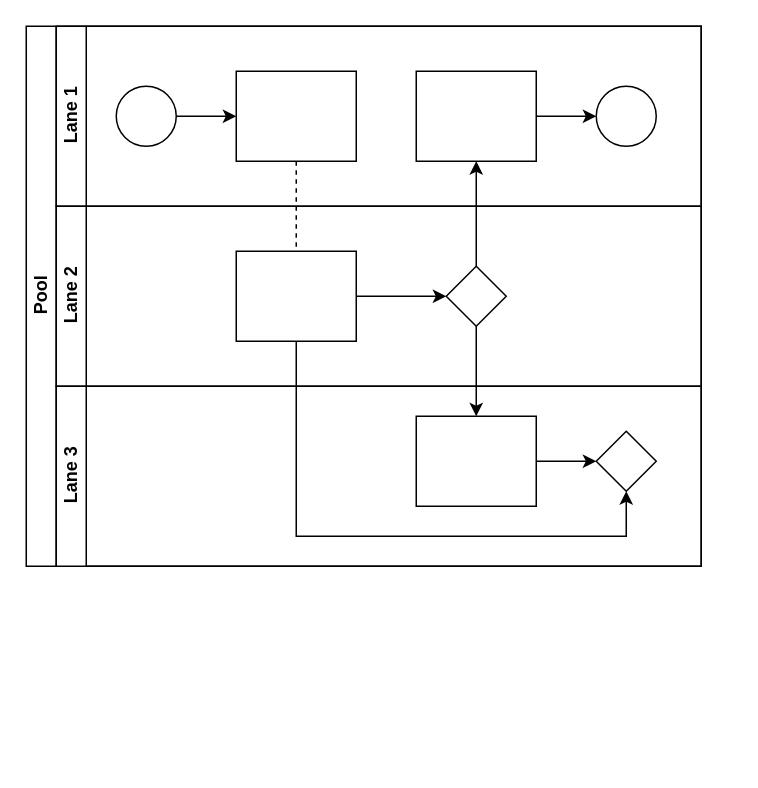
This is 未命名绘图.drawio from jiaruihuang/SimpleWhaleDemo, a draw.io file, before an edit. Source tidied: cells renumbered, new cells numbered last; positions are measured from the earlier drawing's top-left corner, leaving out a move shared by most shapes. Both pictures are drawn from the tidied source at 150%, with x=0, y=0 at pixel (26, 26).
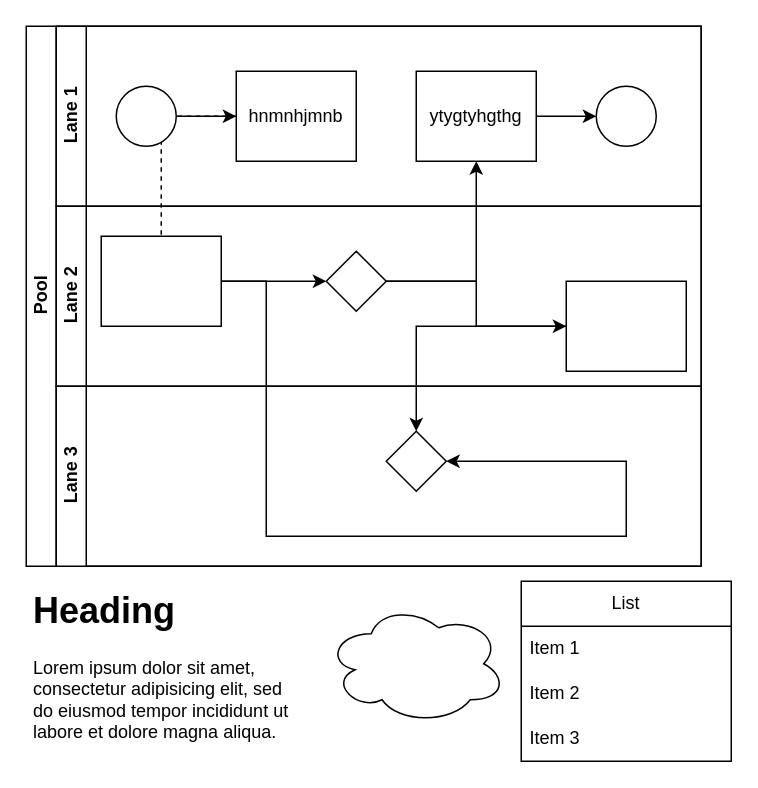
The same diagram, later.

Commit message:
更新未命名绘图.drawio

Unchanged cells that the change refers to:
```xml
<mxCell id="2" value="Pool" style="swimlane;html=1;horizontal=0;startSize=20;" parent="1" vertex="1">
  <mxGeometry width="450" height="360" as="geometry" />
</mxCell>
<mxCell id="7" value="Lane 1" style="swimlane;html=1;startSize=20;horizontal=0;" parent="2" vertex="1">
  <mxGeometry x="20" width="430" height="120" as="geometry" />
</mxCell>
<mxCell id="14" value="Lane 2" style="swimlane;html=1;startSize=20;horizontal=0;" parent="2" vertex="1">
  <mxGeometry x="20" y="120" width="430" height="120" as="geometry" />
</mxCell>
<mxCell id="18" value="Lane 3" style="swimlane;html=1;startSize=20;horizontal=0;" parent="2" vertex="1">
  <mxGeometry x="20" y="240" width="430" height="120" as="geometry" />
</mxCell>
```

Diff of the diagram source:
```diff
@@
-    <mxCell id="5" style="edgeStyle=orthogonalEdgeStyle;rounded=0;jettySize=auto;html=1;endArrow=classic;endFill=1;" parent="2" edge="1" source="17" target="20">
-      <mxGeometry relative="1" as="geometry" />
-    </mxCell>
     <mxCell id="6" style="edgeStyle=orthogonalEdgeStyle;rounded=0;jettySize=auto;html=1;endArrow=classic;endFill=1;" parent="2" edge="1" source="16" target="21">
       <mxGeometry relative="1" as="geometry">
         <Array as="points">
-          <mxPoint x="180" y="340" />
+          <mxPoint x="160" y="170" />
+          <mxPoint x="160" y="340" />
           <mxPoint x="400" y="340" />
         </Array>
       </mxGeometry>
     </mxCell>
@@
-    <mxCell id="10" style="rounded=0;whiteSpace=wrap;html=1;fontFamily=Helvetica;fontSize=12;fontColor=#000000;align=center;" parent="7" vertex="1">
+    <mxCell id="10" value="hnmnhjmnb" style="rounded=0;whiteSpace=wrap;html=1;fontFamily=Helvetica;fontSize=12;fontColor=#000000;align=center;" parent="7" vertex="1">
       <mxGeometry x="120" y="30" width="80" height="60" as="geometry" />
     </mxCell>
@@
-    <mxCell id="12" style="rounded=0;whiteSpace=wrap;html=1;fontFamily=Helvetica;fontSize=12;fontColor=#000000;align=center;" parent="7" vertex="1">
+    <mxCell id="12" value="ytygtyhgthg" style="rounded=0;whiteSpace=wrap;html=1;fontFamily=Helvetica;fontSize=12;fontColor=#000000;align=center;" parent="7" vertex="1">
       <mxGeometry x="240" y="30" width="80" height="60" as="geometry" />
     </mxCell>
@@
     <mxCell id="16" style="rounded=0;whiteSpace=wrap;html=1;fontFamily=Helvetica;fontSize=12;fontColor=#000000;align=center;" parent="14" vertex="1">
-      <mxGeometry x="120" y="30" width="80" height="60" as="geometry" />
+      <mxGeometry x="30" y="20" width="80" height="60" as="geometry" />
     </mxCell>
     <mxCell id="17" style="rhombus;whiteSpace=wrap;html=1;fontFamily=Helvetica;fontSize=12;fontColor=#000000;align=center;" parent="14" vertex="1">
-      <mxGeometry x="260" y="40" width="40" height="40" as="geometry" />
+      <mxGeometry x="180" y="30" width="40" height="40" as="geometry" />
     </mxCell>
+    <mxCell id="20" style="rounded=0;whiteSpace=wrap;html=1;fontFamily=Helvetica;fontSize=12;fontColor=#000000;align=center;" parent="14" vertex="1">
+      <mxGeometry x="340" y="50" width="80" height="60" as="geometry" />
+    </mxCell>
+    <mxCell id="5" style="edgeStyle=orthogonalEdgeStyle;rounded=0;jettySize=auto;html=1;endArrow=classic;endFill=1;" parent="14" edge="1" source="17" target="20">
+      <mxGeometry relative="1" as="geometry" />
+    </mxCell>
@@
+    <mxCell id="21" style="rhombus;whiteSpace=wrap;html=1;fontFamily=Helvetica;fontSize=12;fontColor=#000000;align=center;" parent="18" vertex="1">
+      <mxGeometry x="220" y="30" width="40" height="40" as="geometry" />
+    </mxCell>
-    <mxCell id="19" style="edgeStyle=orthogonalEdgeStyle;rounded=0;jettySize=auto;html=1;endArrow=classic;endFill=1;" parent="18" edge="1" source="20" target="21">
+    <mxCell id="19" style="edgeStyle=orthogonalEdgeStyle;rounded=0;jettySize=auto;html=1;endArrow=classic;endFill=1;" parent="2" edge="1" source="20" target="21">
       <mxGeometry relative="1" as="geometry" />
     </mxCell>
-    <mxCell id="20" style="rounded=0;whiteSpace=wrap;html=1;fontFamily=Helvetica;fontSize=12;fontColor=#000000;align=center;" parent="18" vertex="1">
-      <mxGeometry x="240" y="20" width="80" height="60" as="geometry" />
-    </mxCell>
-    <mxCell id="21" style="rhombus;whiteSpace=wrap;html=1;fontFamily=Helvetica;fontSize=12;fontColor=#000000;align=center;" parent="18" vertex="1">
-      <mxGeometry x="360" y="30" width="40" height="40" as="geometry" />
-    </mxCell>
+    <mxCell id="22" value="&lt;h1&gt;Heading&lt;/h1&gt;&lt;p&gt;Lorem ipsum dolor sit amet, consectetur adipisicing elit, sed do eiusmod tempor incididunt ut labore et dolore magna aliqua.&lt;/p&gt;" style="text;html=1;strokeColor=none;fillColor=none;spacing=5;spacingTop=-20;whiteSpace=wrap;overflow=hidden;rounded=0;" parent="1" vertex="1">
+      <mxGeometry y="370" width="190" height="120" as="geometry" />
+    </mxCell>
+    <mxCell id="23" style="ellipse;shape=cloud;whiteSpace=wrap;html=1;" parent="1" vertex="1">
+      <mxGeometry x="200" y="385" width="120" height="80" as="geometry" />
+    </mxCell>
+    <mxCell id="24" value="List" style="swimlane;fontStyle=0;horizontal=1;startSize=30;whiteSpace=wrap;html=1;" parent="1" vertex="1">
+      <mxGeometry x="330" y="370" width="140" height="120" as="geometry" />
+    </mxCell>
+    <mxCell id="25" value="Item 1" style="text;strokeColor=none;fillColor=none;align=left;verticalAlign=middle;spacingLeft=4;spacingRight=4;overflow=hidden;whiteSpace=wrap;html=1;" parent="24" vertex="1">
+      <mxGeometry y="30" width="140" height="30" as="geometry" />
+    </mxCell>
+    <mxCell id="26" value="Item 2" style="text;strokeColor=none;fillColor=none;align=left;verticalAlign=middle;spacingLeft=4;spacingRight=4;overflow=hidden;whiteSpace=wrap;html=1;" parent="24" vertex="1">
+      <mxGeometry y="60" width="140" height="30" as="geometry" />
+    </mxCell>
+    <mxCell id="27" value="Item 3" style="text;strokeColor=none;fillColor=none;align=left;verticalAlign=middle;spacingLeft=4;spacingRight=4;overflow=hidden;whiteSpace=wrap;html=1;" parent="24" vertex="1">
+      <mxGeometry y="90" width="140" height="30" as="geometry" />
+    </mxCell>
```
